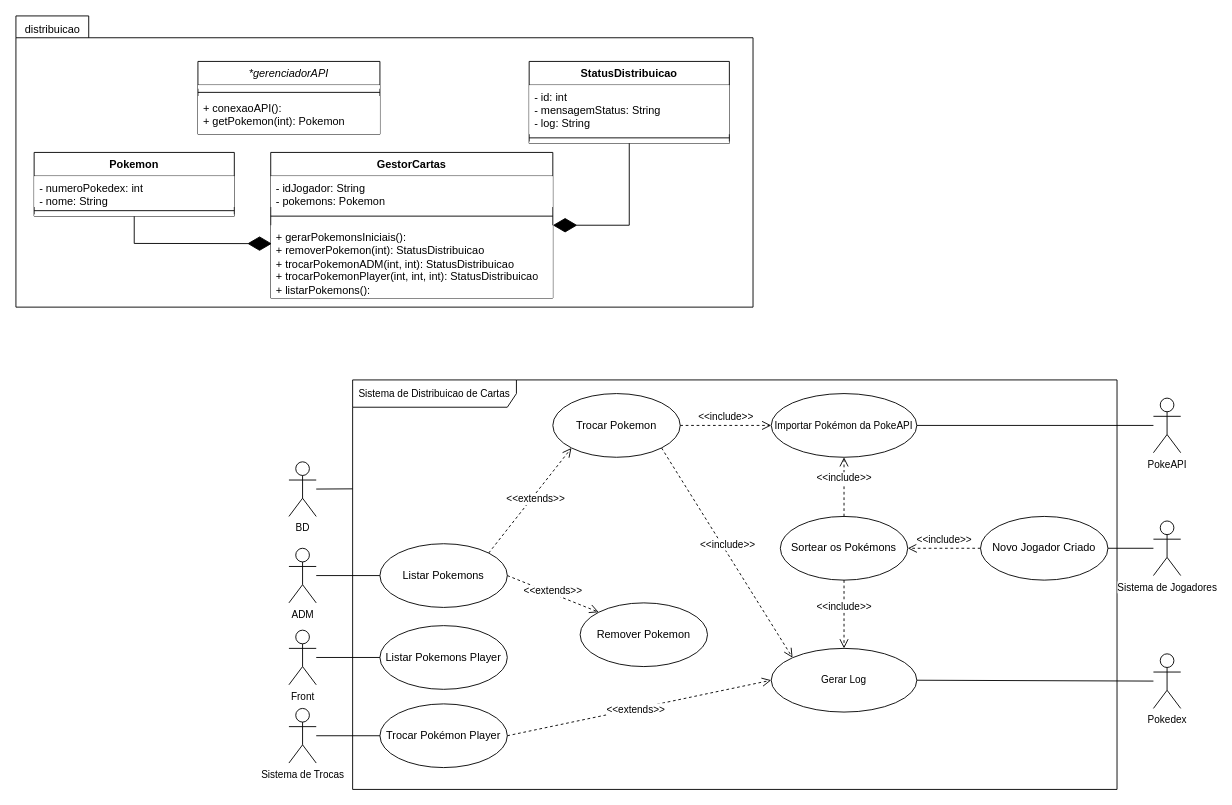
The draw.io diagram documentacao/UML/UML_tema_2.drawio in Inatel-S03-2025-2/distribuicao-de-cartas, before the edit. Source tidied: cells renumbered, new cells numbered last; positions are measured from the earlier drawing's top-left corner, leaving out a move shared by most shapes. Both pictures are drawn from the tidied source at 91%, with x=0, y=0 at pixel (15, 15).
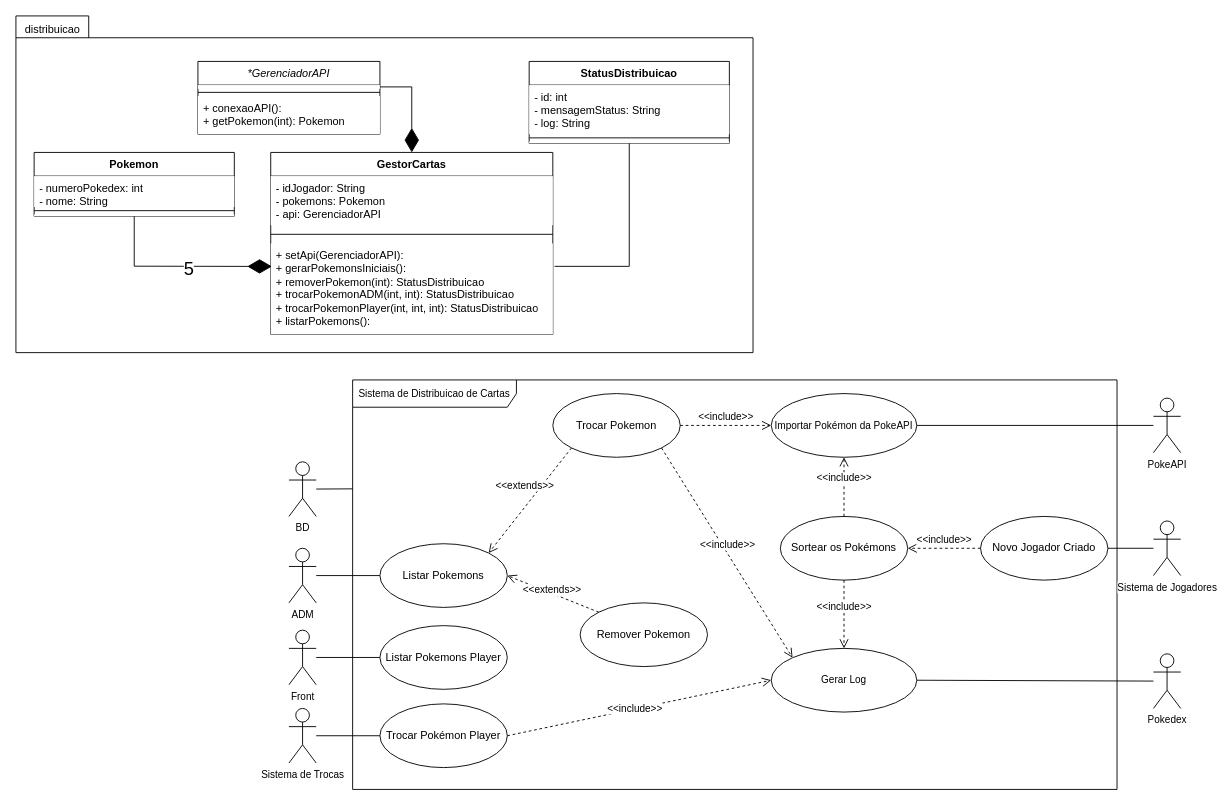
Above is the later version.

Commit message:
docs: atualizando UML

The change refers to these unchanged cells:
```xml
<mxCell id="7" value="Trocar Pokémon Player" style="ellipse;whiteSpace=wrap;html=1;" parent="1" vertex="1">
  <mxGeometry x="400" y="756" width="140" height="70" as="geometry" />
</mxCell>
<mxCell id="8" value="Remover Pokemon" style="ellipse;whiteSpace=wrap;html=1;" parent="1" vertex="1">
  <mxGeometry x="620" y="645" width="140" height="70" as="geometry" />
</mxCell>
<mxCell id="11" value="Listar Pokemons" style="ellipse;whiteSpace=wrap;html=1;" parent="1" vertex="1">
  <mxGeometry x="400" y="580" width="140" height="70" as="geometry" />
</mxCell>
<mxCell id="17" value="Trocar Pokemon" style="ellipse;whiteSpace=wrap;html=1;" parent="1" vertex="1">
  <mxGeometry x="590" y="415" width="140" height="70" as="geometry" />
</mxCell>
<mxCell id="29" style="text;align=left;verticalAlign=top;spacingLeft=4;spacingRight=4;overflow=hidden;points=[[0,0.5],[1,0.5]];portConstraint=eastwest;whiteSpace=wrap;html=1;fillColor=default;" parent="28" vertex="1">
  <mxGeometry y="26" width="200" height="4" as="geometry" />
</mxCell>
<mxCell id="33" value="StatusDistribuicao" style="swimlane;fontStyle=1;align=center;verticalAlign=top;horizontal=1;startSize=26;whiteSpace=wrap;html=1;" parent="1" vertex="1">
  <mxGeometry x="564" y="50" width="220" height="90" as="geometry" />
</mxCell>
<mxCell id="41" value="Gerar Log" style="ellipse;whiteSpace=wrap;html=1;fontFamily=Helvetica;fontSize=11;fontColor=default;labelBackgroundColor=default;" parent="1" vertex="1">
  <mxGeometry x="830" y="695" width="160" height="70" as="geometry" />
</mxCell>
<mxCell id="50" value="Pokemon" style="swimlane;fontStyle=1;align=center;verticalAlign=top;horizontal=1;startSize=26;whiteSpace=wrap;html=1;" parent="1" vertex="1">
  <mxGeometry x="20" y="150" width="220" height="70" as="geometry" />
</mxCell>
```

Change to the diagram source:
```diff
@@
     <mxCell id="3" style="shape=folder;fontStyle=1;spacingTop=10;tabWidth=80;tabHeight=24;tabPosition=left;html=1;whiteSpace=wrap;" parent="1" vertex="1">
-      <mxGeometry width="810" height="320" as="geometry" />
+      <mxGeometry width="810" height="370" as="geometry" />
     </mxCell>
@@
-    <mxCell id="12" value="&amp;lt;&amp;lt;extends&amp;gt;&amp;gt;" style="html=1;verticalAlign=bottom;endArrow=open;dashed=1;endSize=8;curved=0;rounded=0;strokeColor=default;align=center;fontFamily=Helvetica;fontSize=11;fontColor=default;labelBackgroundColor=default;exitX=1;exitY=0.5;exitDx=0;exitDy=0;entryX=0;entryY=0;entryDx=0;entryDy=0;" parent="1" edge="1" source="11" target="8">
-      <mxGeometry x="0.03" y="-4" relative="1" as="geometry">
-        <mxPoint y="1" as="offset" />
-      </mxGeometry>
+    <mxCell id="12" value="&amp;lt;&amp;lt;extends&amp;gt;&amp;gt;" style="html=1;verticalAlign=bottom;endArrow=open;dashed=1;endSize=8;curved=0;rounded=0;strokeColor=default;align=center;fontFamily=Helvetica;fontSize=11;fontColor=default;labelBackgroundColor=default;exitX=0;exitY=0;exitDx=0;exitDy=0;entryX=1;entryY=0.5;entryDx=0;entryDy=0;" parent="1" edge="1" source="8" target="11">
+      <mxGeometry x="-0.03" y="5" relative="1" as="geometry" />
     </mxCell>
@@
-    <mxCell id="18" value="&amp;lt;&amp;lt;extends&amp;gt;&amp;gt;" style="html=1;verticalAlign=bottom;endArrow=open;dashed=1;endSize=8;curved=0;rounded=0;strokeColor=default;align=center;fontFamily=Helvetica;fontSize=11;fontColor=default;labelBackgroundColor=default;entryX=0;entryY=1;entryDx=0;entryDy=0;exitX=1;exitY=0;exitDx=0;exitDy=0;" parent="1" edge="1" source="11" target="17">
+    <mxCell id="18" value="&amp;lt;&amp;lt;extends&amp;gt;&amp;gt;" style="html=1;verticalAlign=bottom;endArrow=open;dashed=1;endSize=8;curved=0;rounded=0;strokeColor=default;align=center;fontFamily=Helvetica;fontSize=11;fontColor=default;labelBackgroundColor=default;entryX=1;entryY=0;entryDx=0;entryDy=0;exitX=0;exitY=1;exitDx=0;exitDy=0;" parent="1" edge="1" source="17" target="11">
       <mxGeometry x="-0.04" y="-9" relative="1" as="geometry" />
     </mxCell>
@@
     <mxCell id="24" value="GestorCartas" style="swimlane;fontStyle=1;align=center;verticalAlign=top;horizontal=1;startSize=26;whiteSpace=wrap;html=1;" parent="1" vertex="1">
-      <mxGeometry x="280" y="150" width="310" height="160" as="geometry" />
+      <mxGeometry x="280" y="150" width="310" height="200" as="geometry" />
     </mxCell>
-    <mxCell id="25" value="&lt;div&gt;- idJogador: String&lt;/div&gt;- pokemons: Pokemon" style="text;align=left;verticalAlign=top;spacingLeft=4;spacingRight=4;overflow=hidden;whiteSpace=wrap;html=1;fillColor=default;" parent="24" vertex="1">
-      <mxGeometry y="26" width="310" height="34" as="geometry" />
+    <mxCell id="25" value="&lt;div&gt;- idJogador: String&lt;/div&gt;- pokemons: Pokemon&lt;div&gt;- api: GerenciadorAPI&lt;/div&gt;" style="text;align=left;verticalAlign=top;spacingLeft=4;spacingRight=4;overflow=hidden;whiteSpace=wrap;html=1;fillColor=default;" parent="24" vertex="1">
+      <mxGeometry y="26" width="310" height="54" as="geometry" />
     </mxCell>
     <mxCell id="26" style="line;strokeWidth=1;fillColor=none;align=left;verticalAlign=middle;spacingTop=-1;spacingLeft=3;spacingRight=3;labelPosition=right;strokeColor=inherit;" parent="24" vertex="1">
-      <mxGeometry y="60" width="310" height="20" as="geometry" />
+      <mxGeometry y="80" width="310" height="20" as="geometry" />
     </mxCell>
-    <mxCell id="27" value="+ gerarPokemonsIniciais():&lt;br&gt;&lt;div&gt;&lt;span style=&quot;background-color: transparent; color: light-dark(rgb(0, 0, 0), rgb(255, 255, 255));&quot;&gt;+&lt;/span&gt;&lt;span style=&quot;background-color: transparent; color: light-dark(rgb(0, 0, 0), rgb(255, 255, 255));&quot;&gt;&amp;nbsp;&lt;/span&gt;removerPokemon(int): StatusDistribuicao&lt;/div&gt;&lt;div&gt;&lt;span style=&quot;background-color: transparent; color: light-dark(rgb(0, 0, 0), rgb(255, 255, 255));&quot;&gt;+&lt;/span&gt;&lt;span style=&quot;background-color: transparent; color: light-dark(rgb(0, 0, 0), rgb(255, 255, 255));&quot;&gt;&amp;nbsp;&lt;/span&gt;trocarPokemonADM(int, int):&amp;nbsp;&lt;span style=&quot;background-color: transparent; color: light-dark(rgb(0, 0, 0), rgb(255, 255, 255));&quot;&gt;StatusDistribuicao&lt;/span&gt;&lt;/div&gt;&lt;div&gt;&lt;span style=&quot;background-color: transparent; color: light-dark(rgb(0, 0, 0), rgb(255, 255, 255));&quot;&gt;+&lt;/span&gt;&lt;span style=&quot;background-color: transparent; color: light-dark(rgb(0, 0, 0), rgb(255, 255, 255));&quot;&gt;&amp;nbsp;&lt;/span&gt;trocarPokemonPlayer(int, int, int):&amp;nbsp;&lt;span style=&quot;background-color: transparent; color: light-dark(rgb(0, 0, 0), rgb(255, 255, 255));&quot;&gt;StatusDistribuicao&lt;/span&gt;&lt;/div&gt;&lt;div&gt;&lt;span style=&quot;background-color: transparent; color: light-dark(rgb(0, 0, 0), rgb(255, 255, 255));&quot;&gt;+&lt;/span&gt;&lt;span style=&quot;background-color: transparent; color: light-dark(rgb(0, 0, 0), rgb(255, 255, 255));&quot;&gt;&amp;nbsp;&lt;/span&gt;&lt;span style=&quot;background-color: transparent; color: light-dark(rgb(0, 0, 0), rgb(255, 255, 255));&quot;&gt;listarPokemons():&lt;/span&gt;&lt;/div&gt;&lt;div&gt;&lt;br&gt;&lt;/div&gt;" style="text;align=left;verticalAlign=top;spacingLeft=4;spacingRight=4;overflow=hidden;points=[[0,0.5],[1,0.5]];portConstraint=eastwest;whiteSpace=wrap;html=1;fillColor=default;" parent="24" vertex="1">
-      <mxGeometry y="80" width="310" height="80" as="geometry" />
+    <mxCell id="27" value="+ setApi(GerenciadorAPI):&lt;br&gt;+ gerarPokemonsIniciais():&lt;br&gt;&lt;div&gt;&lt;span style=&quot;background-color: transparent; color: light-dark(rgb(0, 0, 0), rgb(255, 255, 255));&quot;&gt;+&lt;/span&gt;&lt;span style=&quot;background-color: transparent; color: light-dark(rgb(0, 0, 0), rgb(255, 255, 255));&quot;&gt;&amp;nbsp;&lt;/span&gt;removerPokemon(int): StatusDistribuicao&lt;/div&gt;&lt;div&gt;&lt;span style=&quot;background-color: transparent; color: light-dark(rgb(0, 0, 0), rgb(255, 255, 255));&quot;&gt;+&lt;/span&gt;&lt;span style=&quot;background-color: transparent; color: light-dark(rgb(0, 0, 0), rgb(255, 255, 255));&quot;&gt;&amp;nbsp;&lt;/span&gt;trocarPokemonADM(int, int):&amp;nbsp;&lt;span style=&quot;background-color: transparent; color: light-dark(rgb(0, 0, 0), rgb(255, 255, 255));&quot;&gt;StatusDistribuicao&lt;/span&gt;&lt;/div&gt;&lt;div&gt;&lt;span style=&quot;background-color: transparent; color: light-dark(rgb(0, 0, 0), rgb(255, 255, 255));&quot;&gt;+&lt;/span&gt;&lt;span style=&quot;background-color: transparent; color: light-dark(rgb(0, 0, 0), rgb(255, 255, 255));&quot;&gt;&amp;nbsp;&lt;/span&gt;trocarPokemonPlayer(int, int, int):&amp;nbsp;&lt;span style=&quot;background-color: transparent; color: light-dark(rgb(0, 0, 0), rgb(255, 255, 255));&quot;&gt;StatusDistribuicao&lt;/span&gt;&lt;/div&gt;&lt;div&gt;&lt;span style=&quot;background-color: transparent; color: light-dark(rgb(0, 0, 0), rgb(255, 255, 255));&quot;&gt;+&lt;/span&gt;&lt;span style=&quot;background-color: transparent; color: light-dark(rgb(0, 0, 0), rgb(255, 255, 255));&quot;&gt;&amp;nbsp;&lt;/span&gt;&lt;span style=&quot;background-color: transparent; color: light-dark(rgb(0, 0, 0), rgb(255, 255, 255));&quot;&gt;listarPokemons():&lt;/span&gt;&lt;/div&gt;&lt;div&gt;&lt;br&gt;&lt;/div&gt;" style="text;align=left;verticalAlign=top;spacingLeft=4;spacingRight=4;overflow=hidden;points=[[0,0.5],[1,0.5]];portConstraint=eastwest;whiteSpace=wrap;html=1;fillColor=default;" parent="24" vertex="1">
+      <mxGeometry y="100" width="310" height="100" as="geometry" />
     </mxCell>
-    <mxCell id="28" value="&lt;span style=&quot;font-weight: 400;&quot;&gt;&lt;i&gt;*gerenciadorAPI&lt;/i&gt;&lt;/span&gt;" style="swimlane;fontStyle=1;align=center;verticalAlign=top;horizontal=1;startSize=26;whiteSpace=wrap;html=1;" parent="1" vertex="1">
+    <mxCell id="28" value="&lt;span style=&quot;font-weight: 400;&quot;&gt;&lt;i&gt;*GerenciadorAPI&lt;/i&gt;&lt;/span&gt;" style="swimlane;fontStyle=1;align=center;verticalAlign=top;horizontal=1;startSize=26;whiteSpace=wrap;html=1;" parent="1" vertex="1">
       <mxGeometry x="200" y="50" width="200" height="80" as="geometry" />
     </mxCell>
@@
-    <mxCell id="47" style="endArrow=diamondThin;endFill=1;endSize=24;html=1;rounded=0;exitX=0.5;exitY=1;exitDx=0;exitDy=0;entryX=1;entryY=0.5;entryDx=0;entryDy=0;" parent="1" edge="1" source="33" target="24">
-      <mxGeometry relative="1" as="geometry">
-        <Array as="points">
-          <mxPoint x="674" y="230" />
-        </Array>
-      </mxGeometry>
-    </mxCell>
-    <mxCell id="48" value="&amp;lt;&amp;lt;extends&amp;gt;&amp;gt;" style="html=1;verticalAlign=bottom;endArrow=open;dashed=1;endSize=8;curved=0;rounded=0;strokeColor=default;align=center;fontFamily=Helvetica;fontSize=11;fontColor=default;labelBackgroundColor=default;exitX=1;exitY=0.5;exitDx=0;exitDy=0;entryX=0;entryY=0.5;entryDx=0;entryDy=0;" parent="1" edge="1" source="7" target="41">
-      <mxGeometry x="-0.04" y="-9" relative="1" as="geometry" />
+    <mxCell id="48" value="&amp;lt;&amp;lt;include&amp;gt;&amp;gt;" style="html=1;verticalAlign=bottom;endArrow=open;dashed=1;endSize=8;curved=0;rounded=0;strokeColor=default;align=center;fontFamily=Helvetica;fontSize=11;fontColor=default;labelBackgroundColor=default;entryX=0;entryY=0.5;entryDx=0;entryDy=0;exitX=1;exitY=0.5;exitDx=0;exitDy=0;" parent="1" edge="1" source="7" target="41">
+      <mxGeometry x="-0.05" y="-8" relative="1" as="geometry" />
     </mxCell>
     <mxCell id="49" style="endArrow=diamondThin;endFill=1;endSize=24;html=1;rounded=0;exitX=0.5;exitY=1;exitDx=0;exitDy=0;entryX=0.004;entryY=0.253;entryDx=0;entryDy=0;entryPerimeter=0;" parent="1" edge="1" source="50" target="27">
       <mxGeometry relative="1" as="geometry">
         <Array as="points">
-          <mxPoint x="130" y="250" />
+          <mxPoint x="130" y="275" />
         </Array>
       </mxGeometry>
     </mxCell>
+    <mxCell id="54" value="5" style="edgeLabel;html=1;align=center;verticalAlign=middle;fontSize=20;" parent="49" vertex="1">
+      <mxGeometry x="0.02" y="-1" relative="1" as="geometry">
+        <mxPoint x="10" as="offset" />
+      </mxGeometry>
+    </mxCell>
@@
+    <mxCell id="55" style="endArrow=diamondThin;endFill=1;endSize=24;html=1;rounded=0;entryX=0.5;entryY=0;entryDx=0;entryDy=0;exitX=1;exitY=0.5;exitDx=0;exitDy=0;" parent="1" edge="1" source="29" target="24">
+      <mxGeometry relative="1" as="geometry">
+        <Array as="points">
+          <mxPoint x="435" y="78" />
+        </Array>
+      </mxGeometry>
+    </mxCell>
+    <mxCell id="56" style="edgeStyle=orthogonalEdgeStyle;rounded=0;jettySize=auto;html=1;exitX=0.5;exitY=1;exitDx=0;exitDy=0;entryX=1.006;entryY=0.252;entryDx=0;entryDy=0;entryPerimeter=0;endArrow=none;startFill=0;" parent="1" edge="1" source="33" target="27">
+      <mxGeometry relative="1" as="geometry" />
+    </mxCell>
```
